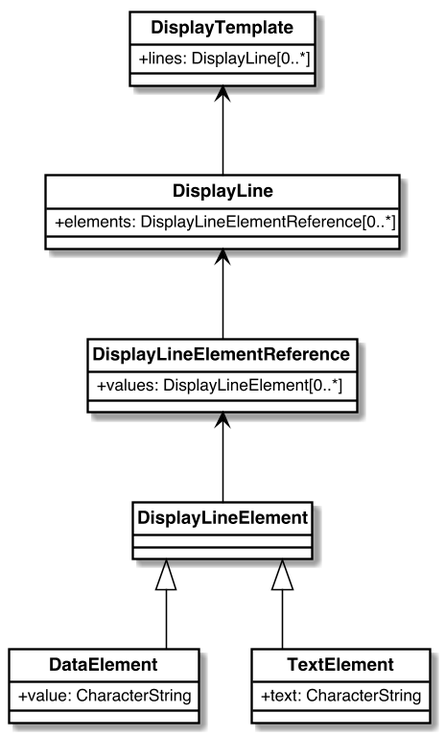
Before: images/DisplayTemplate.png, a diagram exported from PlantUML (CalConnect/csd-digital-addresses).
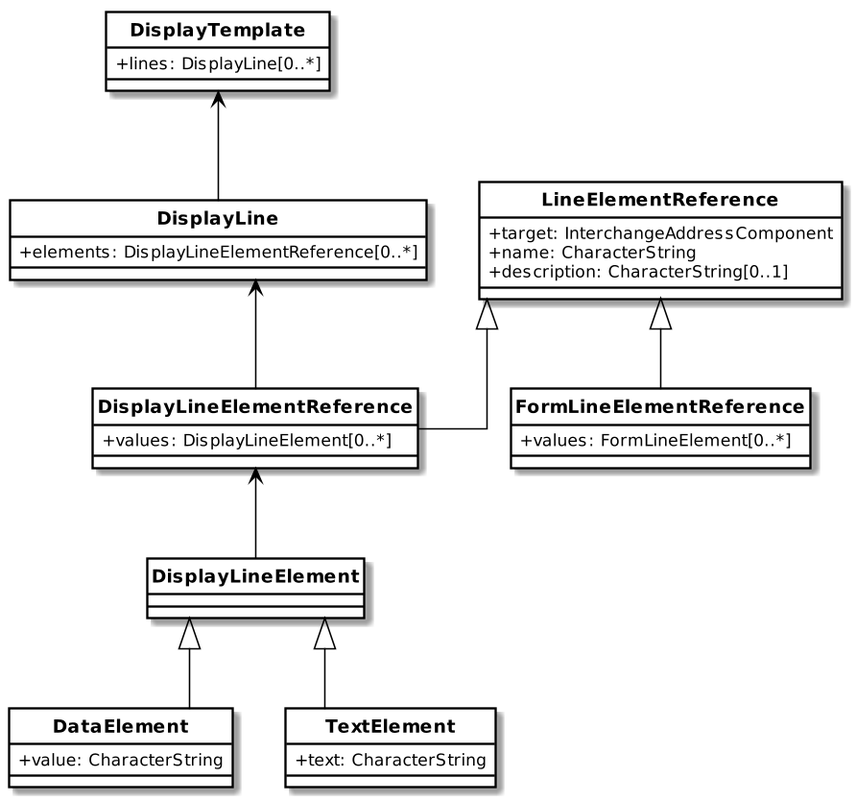
Above is the later version.

What changed in the source:
```diff
@@ -40,16 +40,34 @@
 
 
 
+
+
+class LineElementReference {
+  +target: InterchangeAddressComponent
+  +name: CharacterString
+  +description: CharacterString[0..1]
+}
+
+class DisplayLineElementReference {
+  +values: DisplayLineElement[0..*]
+}
+
+class FormLineElementReference{
+  +values: FormLineElement[0..*]
+}
+
+
+
+LineElementReference <|-- DisplayLineElementReference
+LineElementReference <|-- FormLineElementReference
+
+
 class DisplayTemplate {
   +lines: DisplayLine[0..*]
 }
 
 class DisplayLine {
   +elements: DisplayLineElementReference[0..*]
-}
-
-class DisplayLineElementReference {
-  +values: DisplayLineElement[0..*]
 }
 
 class DisplayLineElement{
```
